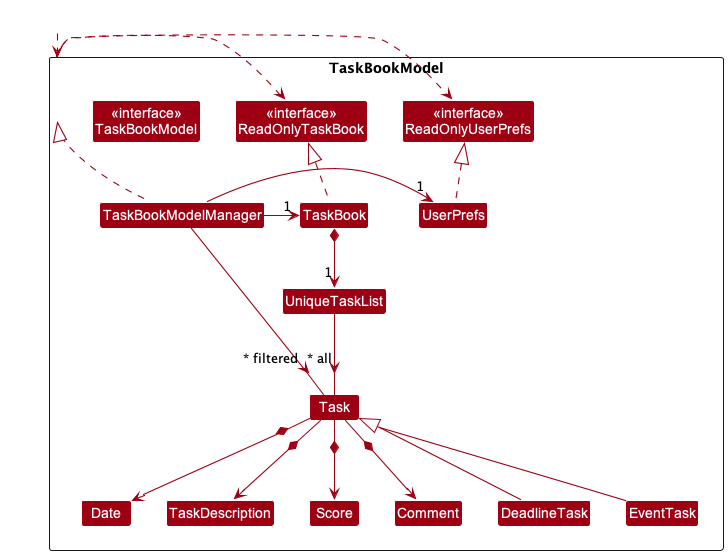
This is docs/images/TaskModelClassDiagram.png from nus-cs2103-AY2223S2/tp, a PlantUML export, as it was before one commit.
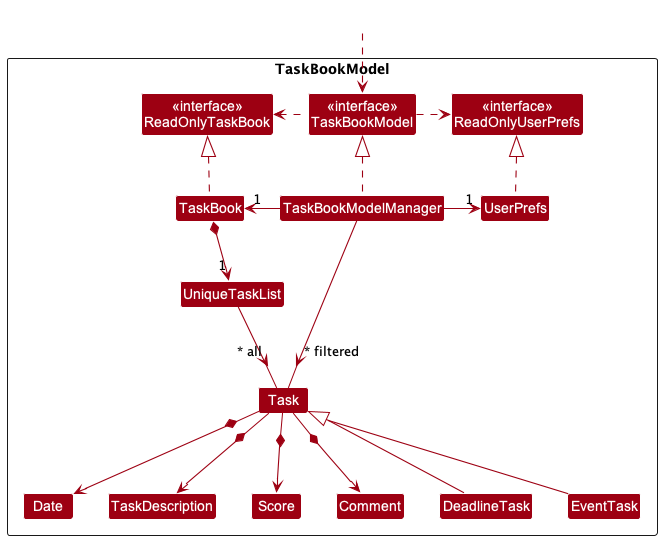
After the change.

Commit message:
Updated class diagrams for Model

Change to the diagram source:
```diff
@@ -8,7 +8,7 @@
 Package TaskBookModel <<Rectangle>>{
 Class "<<interface>>\nReadOnlyTaskBook" as ReadOnlyTaskBook
 Class "<<interface>>\nReadOnlyUserPrefs" as ReadOnlyUserPrefs
-Class "<<interface>>\nTaskBookModel" as TaskBookModel
+Class "<<interface>>\nTaskBookModel" as taskBookModel
 Class TaskBook
 Class TaskBookModelManager
 Class UserPrefs
@@ -26,13 +26,13 @@
 }
 
 Class HiddenOutside #FFFFFF
-HiddenOutside ..> TaskBookModel
+HiddenOutside ..> taskBookModel
 
 TaskBook .up.|> ReadOnlyTaskBook
 
-TaskBookModelManager .up.|> TaskBookModel
-TaskBookModel .right.> ReadOnlyUserPrefs
-TaskBookModel .left.> ReadOnlyTaskBook
+TaskBookModelManager .up.|> taskBookModel
+taskBookModel .right.> ReadOnlyUserPrefs
+taskBookModel .left.> ReadOnlyTaskBook
 TaskBookModelManager -left-> "1" TaskBook
 TaskBookModelManager -right-> "1" UserPrefs
 UserPrefs .up.|> ReadOnlyUserPrefs
```
